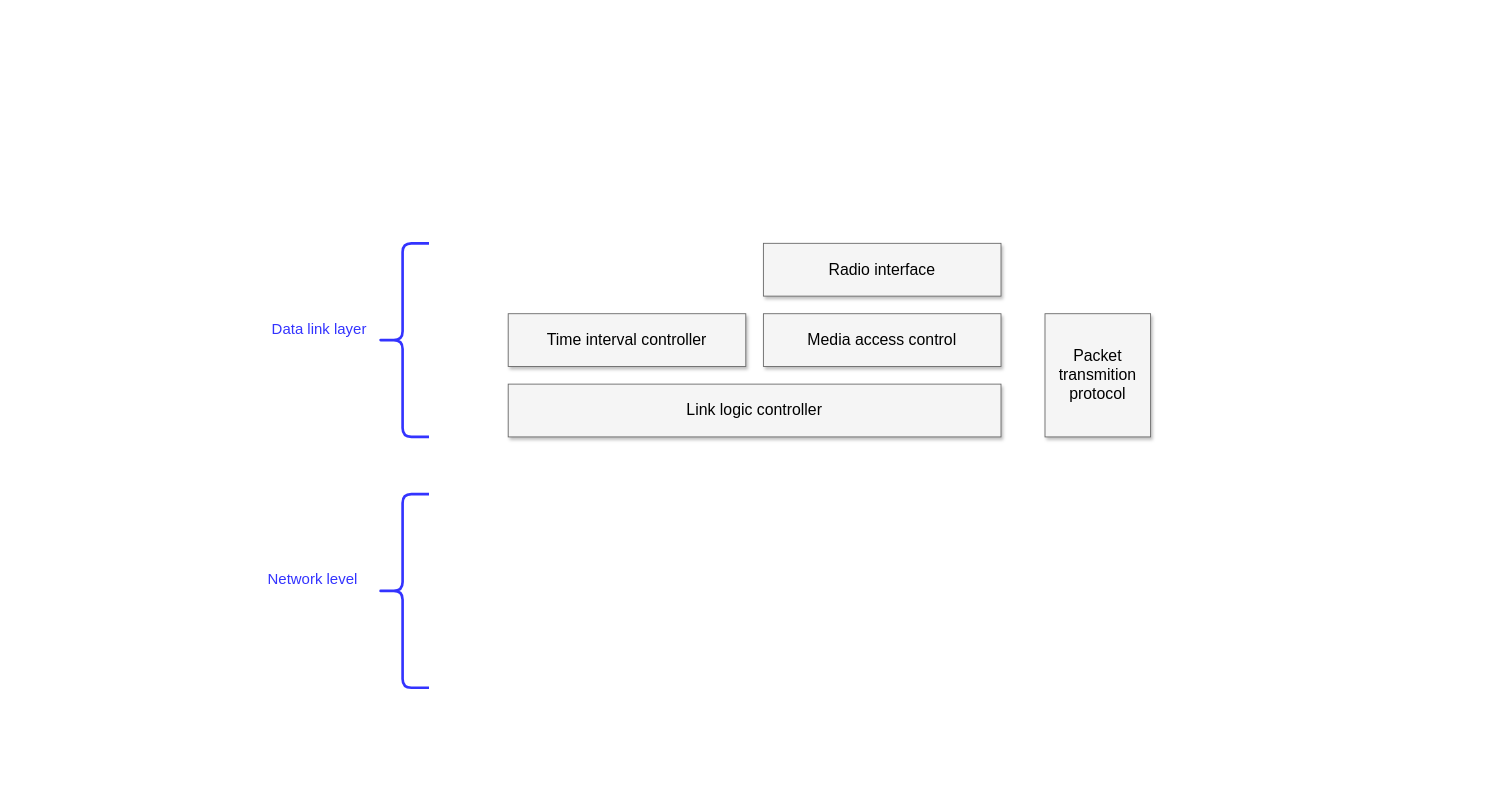
The draw.io diagram documentation/interaction of protocols.drawio in saurex83/WMNU, before the edit. Source tidied: cells renumbered, new cells numbered last; positions are measured from the earlier drawing's top-left corner, leaving out a move shared by most shapes. Both pictures are drawn from the tidied source at 88%, with x=0, y=0 at pixel (266, 243).
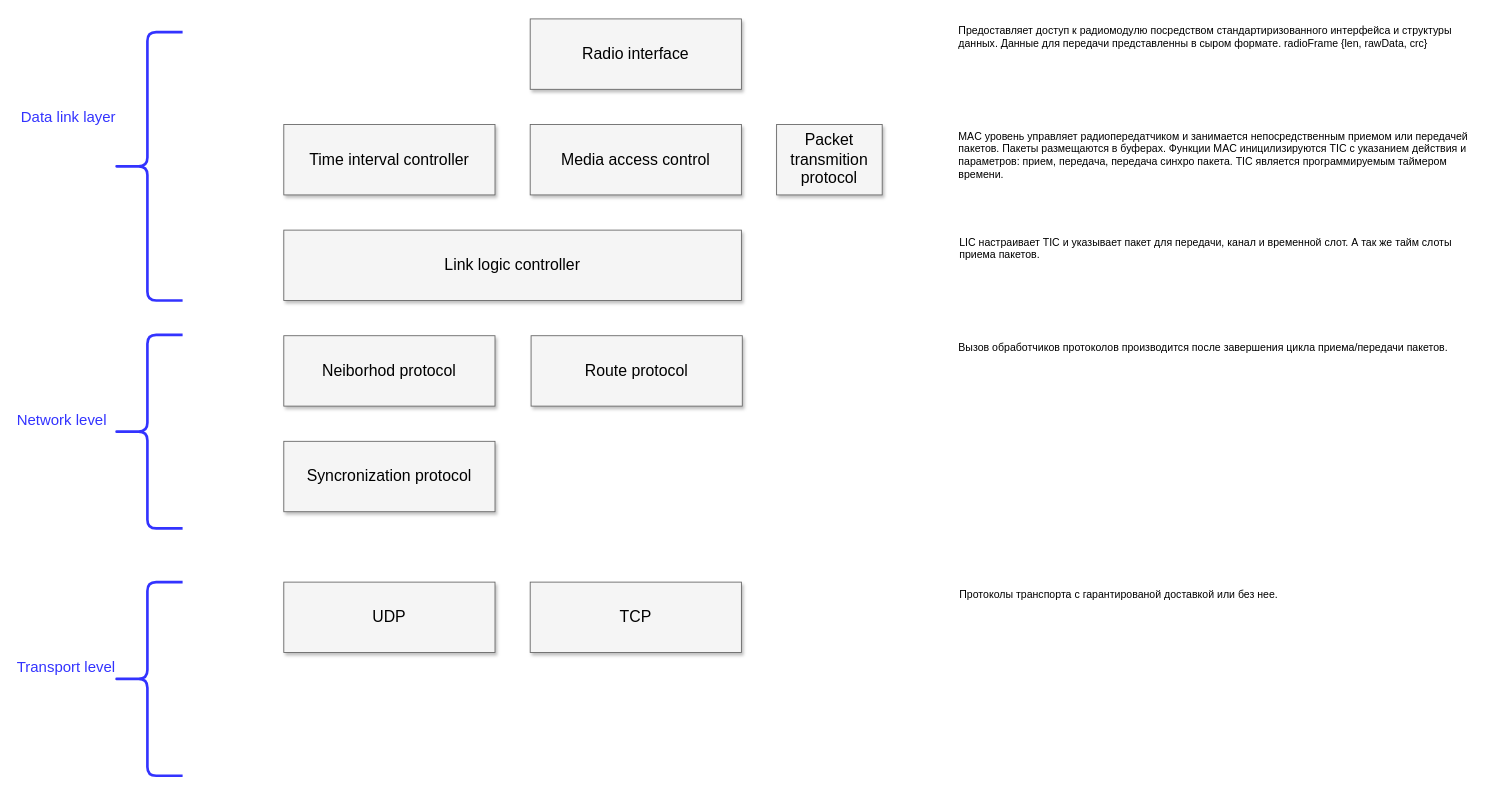
The same page after the edit.

The edit, as a diff of the source:
```diff
@@
     <mxCell id="2" value="Packet transmition protocol" style="whiteSpace=wrap;html=1;shadow=1;fontSize=18;fillColor=#f5f5f5;strokeColor=#666666;" parent="1" vertex="1">
-      <mxGeometry x="885" y="80" width="120" height="140" as="geometry" />
+      <mxGeometry x="580" y="-135" width="120" height="80" as="geometry" />
     </mxCell>
     <mxCell id="3" value="Radio interface" style="whiteSpace=wrap;html=1;shadow=1;fontSize=18;fillColor=#f5f5f5;strokeColor=#666666;" parent="1" vertex="1">
-      <mxGeometry x="565" width="270" height="60" as="geometry" />
+      <mxGeometry x="300" y="-255" width="240" height="80" as="geometry" />
     </mxCell>
     <mxCell id="4" value="Time interval controller" style="whiteSpace=wrap;html=1;shadow=1;fontSize=18;fillColor=#f5f5f5;strokeColor=#666666;" parent="1" vertex="1">
-      <mxGeometry x="275" y="80" width="270" height="60" as="geometry" />
+      <mxGeometry x="20" y="-135" width="240" height="80" as="geometry" />
     </mxCell>
     <mxCell id="5" value="Media access control" style="whiteSpace=wrap;html=1;shadow=1;fontSize=18;fillColor=#f5f5f5;strokeColor=#666666;" parent="1" vertex="1">
-      <mxGeometry x="565" y="80" width="270" height="60" as="geometry" />
+      <mxGeometry x="300" y="-135" width="240" height="80" as="geometry" />
     </mxCell>
     <mxCell id="6" value="Link logic controller" style="whiteSpace=wrap;html=1;shadow=1;fontSize=18;fillColor=#f5f5f5;strokeColor=#666666;" parent="1" vertex="1">
-      <mxGeometry x="275" y="160" width="560" height="60" as="geometry" />
+      <mxGeometry x="20" y="-15" width="520" height="80" as="geometry" />
     </mxCell>
     <mxCell id="7" style="shape=curlyBracket;whiteSpace=wrap;html=1;rounded=1;fontColor=#3333FF;fillColor=#3333FF;strokeColor=#3333FF;strokeWidth=3;" parent="1" vertex="1">
-      <mxGeometry x="125" width="60" height="220" as="geometry" />
+      <mxGeometry x="-175" y="-240" width="80" height="305" as="geometry" />
     </mxCell>
     <mxCell id="8" value="Data link layer" style="text;html=1;align=center;verticalAlign=middle;spacingTop=-4;strokeWidth=8;fontSize=17;labelPosition=center;verticalLabelPosition=middle;fontColor=#3333FF;" parent="1" vertex="1">
-      <mxGeometry x="15" y="90" width="90" height="20" as="geometry" />
+      <mxGeometry x="-270" y="-150" width="90" height="20" as="geometry" />
     </mxCell>
     <mxCell id="9" style="shape=curlyBracket;whiteSpace=wrap;html=1;rounded=1;fontColor=#3333FF;fillColor=#3333FF;strokeColor=#3333FF;strokeWidth=3;" parent="1" vertex="1">
-      <mxGeometry x="125" y="285" width="60" height="220" as="geometry" />
+      <mxGeometry x="-175" y="104" width="80" height="220" as="geometry" />
     </mxCell>
     <mxCell id="10" value="Network level" style="text;html=1;align=left;verticalAlign=top;spacingTop=-4;fontSize=17;fontColor=#3333FF;" parent="1" vertex="1">
-      <mxGeometry y="370" width="120" height="20" as="geometry" />
+      <mxGeometry x="-285" y="189" width="120" height="20" as="geometry" />
     </mxCell>
+    <mxCell id="11" value="Предоставляет доступ к радиомодулю посредством стандартиризованного интерфейса и структуры данных. Данные для передачи представленны в сыром формате. radioFrame {len, rawData, crc}" style="text;strokeColor=none;fillColor=none;align=left;verticalAlign=top;whiteSpace=wrap;rounded=0;labelPosition=center;verticalLabelPosition=middle;html=1;horizontal=1;labelBackgroundColor=none;labelBorderColor=none;" parent="1" vertex="1">
+      <mxGeometry x="785" y="-255" width="600" height="80" as="geometry" />
+    </mxCell>
+    <mxCell id="12" value="MAC уровень управляет радиопередатчиком и занимается непосредственным приемом или передачей пакетов. Пакеты размещаются в буферах. Функции MAC иницилизируются TIC с указанием действия и параметров: прием, передача, передача синхро пакета. TIC является программируемым таймером времени." style="text;strokeColor=none;fillColor=none;align=left;verticalAlign=top;whiteSpace=wrap;rounded=0;labelPosition=center;verticalLabelPosition=middle;html=1;horizontal=1;labelBackgroundColor=none;labelBorderColor=none;" parent="1" vertex="1">
+      <mxGeometry x="785" y="-135" width="600" height="80" as="geometry" />
+    </mxCell>
+    <mxCell id="13" value="Neiborhod protocol" style="whiteSpace=wrap;html=1;shadow=1;fontSize=18;fillColor=#f5f5f5;strokeColor=#666666;" parent="1" vertex="1">
+      <mxGeometry x="20" y="105" width="240" height="80" as="geometry" />
+    </mxCell>
+    <mxCell id="14" value="Route protocol" style="whiteSpace=wrap;html=1;shadow=1;fontSize=18;fillColor=#f5f5f5;strokeColor=#666666;" parent="1" vertex="1">
+      <mxGeometry x="301" y="105" width="240" height="80" as="geometry" />
+    </mxCell>
+    <mxCell id="15" value="Syncronization protocol" style="whiteSpace=wrap;html=1;shadow=1;fontSize=18;fillColor=#f5f5f5;strokeColor=#666666;" parent="1" vertex="1">
+      <mxGeometry x="20" y="225" width="240" height="80" as="geometry" />
+    </mxCell>
+    <mxCell id="16" value="LIC настраивает TIC и указывает пакет для передачи, канал и временной слот. А так же тайм слоты приема пакетов." style="text;strokeColor=none;fillColor=none;align=left;verticalAlign=top;whiteSpace=wrap;rounded=0;labelPosition=center;verticalLabelPosition=middle;html=1;horizontal=1;labelBackgroundColor=none;labelBorderColor=none;" parent="1" vertex="1">
+      <mxGeometry x="786" y="-15" width="600" height="80" as="geometry" />
+    </mxCell>
+    <mxCell id="17" style="shape=curlyBracket;whiteSpace=wrap;html=1;rounded=1;fontColor=#3333FF;fillColor=#3333FF;strokeColor=#3333FF;strokeWidth=3;" parent="1" vertex="1">
+      <mxGeometry x="-175" y="385" width="80" height="220" as="geometry" />
+    </mxCell>
+    <mxCell id="18" value="Transport level" style="text;html=1;align=left;verticalAlign=top;spacingTop=-4;fontSize=17;fontColor=#3333FF;" parent="1" vertex="1">
+      <mxGeometry x="-285" y="470" width="130" height="20" as="geometry" />
+    </mxCell>
+    <mxCell id="19" value="UDP" style="whiteSpace=wrap;html=1;shadow=1;fontSize=18;fillColor=#f5f5f5;strokeColor=#666666;" parent="1" vertex="1">
+      <mxGeometry x="20" y="385" width="240" height="80" as="geometry" />
+    </mxCell>
+    <mxCell id="20" value="TCP" style="whiteSpace=wrap;html=1;shadow=1;fontSize=18;fillColor=#f5f5f5;strokeColor=#666666;" parent="1" vertex="1">
+      <mxGeometry x="300" y="385" width="240" height="80" as="geometry" />
+    </mxCell>
+    <mxCell id="21" value="Вызов обработчиков протоколов производится после завершения цикла приема/передачи пакетов." style="text;strokeColor=none;fillColor=none;align=left;verticalAlign=top;whiteSpace=wrap;rounded=0;labelPosition=center;verticalLabelPosition=middle;html=1;horizontal=1;labelBackgroundColor=none;labelBorderColor=none;" parent="1" vertex="1">
+      <mxGeometry x="785" y="105" width="600" height="80" as="geometry" />
+    </mxCell>
+    <mxCell id="22" value="Протоколы транспорта с гарантированой доставкой или без нее." style="text;strokeColor=none;fillColor=none;align=left;verticalAlign=top;whiteSpace=wrap;rounded=0;labelPosition=center;verticalLabelPosition=middle;html=1;horizontal=1;labelBackgroundColor=none;labelBorderColor=none;" parent="1" vertex="1">
+      <mxGeometry x="786" y="385" width="600" height="80" as="geometry" />
+    </mxCell>
```
